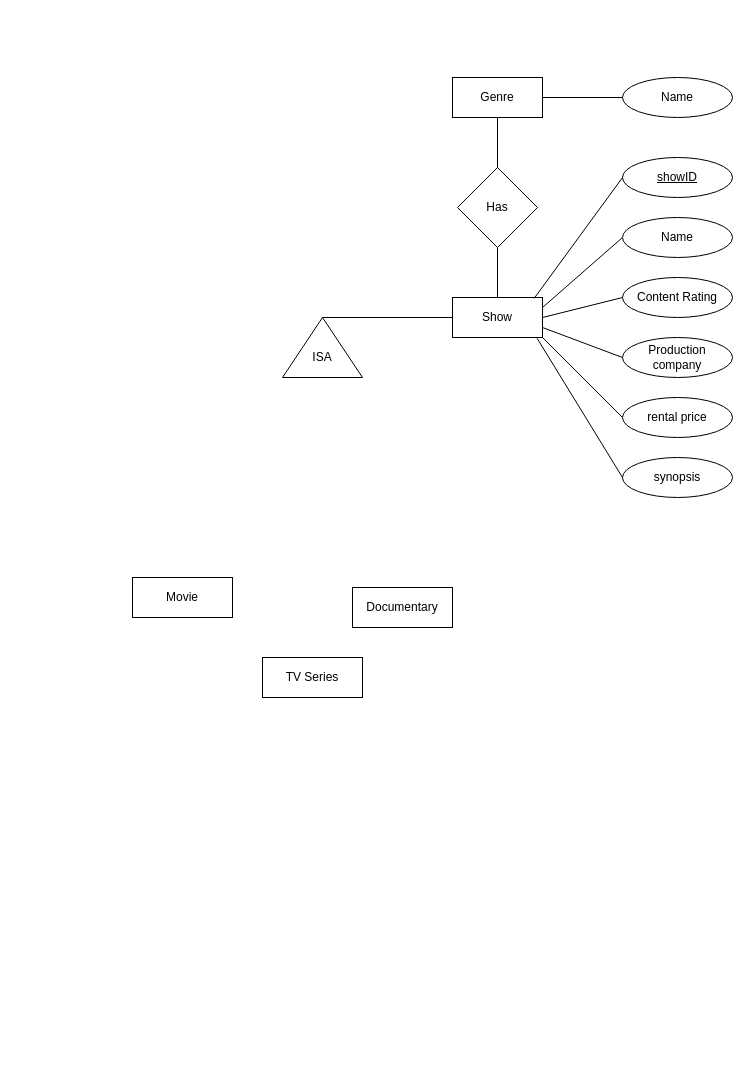
This is Q1.drawio from JeremyCrete/363A1, a draw.io file, before an edit. Source tidied: cells renumbered, new cells numbered last; positions are measured from the earlier drawing's top-left corner, leaving out a move shared by most shapes. Both pictures are drawn from the tidied source at 100%, with x=0, y=0 at pixel (132, 77).
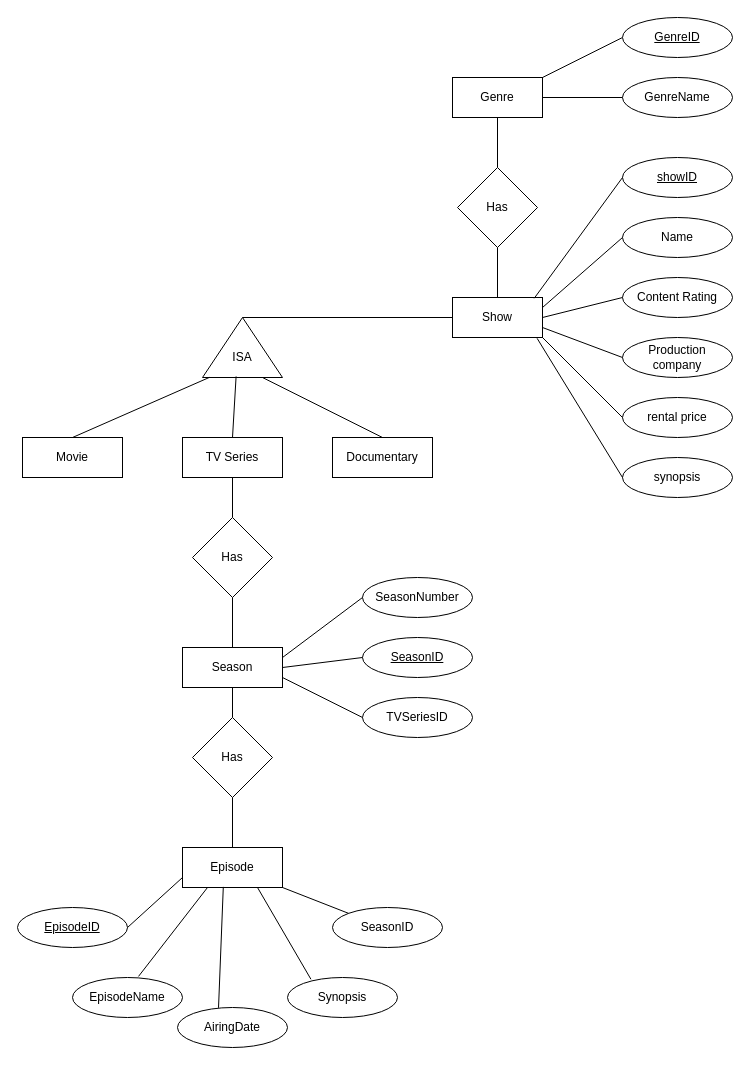
The same diagram, later.

The change refers to these unchanged cells:
```xml
<mxCell id="23" value="Genre" style="html=1;whiteSpace=wrap;" parent="1" vertex="1">
  <mxGeometry x="320" width="90" height="40" as="geometry" />
</mxCell>
```

Diff of the diagram source:
```diff
@@
     <mxCell id="15" style="triangle;whiteSpace=wrap;html=1;rotation=-90;" parent="1" vertex="1">
-      <mxGeometry x="160" y="230" width="60" height="80" as="geometry" />
+      <mxGeometry x="80" y="230" width="60" height="80" as="geometry" />
     </mxCell>
     <mxCell id="16" value="ISA" style="text;html=1;align=center;verticalAlign=middle;whiteSpace=wrap;rounded=0;" parent="1" vertex="1">
-      <mxGeometry x="160" y="265" width="60" height="30" as="geometry" />
+      <mxGeometry x="80" y="265" width="60" height="30" as="geometry" />
     </mxCell>
@@
     <mxCell id="18" value="Movie" style="rounded=0;whiteSpace=wrap;html=1;" parent="1" vertex="1">
-      <mxGeometry y="500" width="100" height="40" as="geometry" />
+      <mxGeometry x="-110" y="360" width="100" height="40" as="geometry" />
     </mxCell>
     <mxCell id="19" value="Documentary" style="rounded=0;whiteSpace=wrap;html=1;" parent="1" vertex="1">
-      <mxGeometry x="220" y="510" width="100" height="40" as="geometry" />
+      <mxGeometry x="200" y="360" width="100" height="40" as="geometry" />
     </mxCell>
     <mxCell id="20" value="TV Series" style="rounded=0;whiteSpace=wrap;html=1;" parent="1" vertex="1">
-      <mxGeometry x="130" y="580" width="100" height="40" as="geometry" />
+      <mxGeometry x="50" y="360" width="100" height="40" as="geometry" />
     </mxCell>
@@
-    <mxCell id="25" value="Name" style="ellipse;whiteSpace=wrap;html=1;" parent="1" vertex="1">
+    <mxCell id="25" value="GenreName" style="ellipse;whiteSpace=wrap;html=1;" parent="1" vertex="1">
       <mxGeometry x="490" width="110" height="40" as="geometry" />
     </mxCell>
@@
+    <mxCell id="27" style="endArrow=none;html=1;rounded=0;entryX=0.002;entryY=0.087;entryDx=0;entryDy=0;entryPerimeter=0;exitX=0.5;exitY=0;exitDx=0;exitDy=0;" parent="1" edge="1" source="18" target="15">
+      <mxGeometry relative="1" as="geometry" />
+    </mxCell>
+    <mxCell id="28" style="endArrow=none;html=1;rounded=0;entryX=0;entryY=0.75;entryDx=0;entryDy=0;exitX=0.5;exitY=0;exitDx=0;exitDy=0;" parent="1" edge="1" source="19" target="15">
+      <mxGeometry relative="1" as="geometry" />
+    </mxCell>
+    <mxCell id="29" style="endArrow=none;html=1;rounded=0;entryX=0.018;entryY=0.42;entryDx=0;entryDy=0;entryPerimeter=0;exitX=0.5;exitY=0;exitDx=0;exitDy=0;" parent="1" edge="1" source="20" target="15">
+      <mxGeometry relative="1" as="geometry" />
+    </mxCell>
+    <mxCell id="30" value="Season" style="rounded=0;whiteSpace=wrap;html=1;" parent="1" vertex="1">
+      <mxGeometry x="50" y="570" width="100" height="40" as="geometry" />
+    </mxCell>
+    <mxCell id="31" value="Episode" style="rounded=0;whiteSpace=wrap;html=1;" parent="1" vertex="1">
+      <mxGeometry x="50" y="770" width="100" height="40" as="geometry" />
+    </mxCell>
+    <mxCell id="32" style="endArrow=none;html=1;rounded=0;exitX=1;exitY=0;exitDx=0;exitDy=0;entryX=0;entryY=0.5;entryDx=0;entryDy=0;" parent="1" edge="1" source="23" target="33">
+      <mxGeometry relative="1" as="geometry" />
+    </mxCell>
+    <mxCell id="33" value="&lt;u&gt;GenreID&lt;/u&gt;" style="ellipse;whiteSpace=wrap;html=1;" parent="1" vertex="1">
+      <mxGeometry x="490" y="-60" width="110" height="40" as="geometry" />
+    </mxCell>
+    <mxCell id="34" value="Has" style="rhombus;whiteSpace=wrap;html=1;" parent="1" vertex="1">
+      <mxGeometry x="60" y="440" width="80" height="80" as="geometry" />
+    </mxCell>
+    <mxCell id="35" value="Has" style="rhombus;whiteSpace=wrap;html=1;" parent="1" vertex="1">
+      <mxGeometry x="60" y="640" width="80" height="80" as="geometry" />
+    </mxCell>
+    <mxCell id="36" value="&lt;u&gt;SeasonID&lt;/u&gt;" style="ellipse;whiteSpace=wrap;html=1;" parent="1" vertex="1">
+      <mxGeometry x="230" y="560" width="110" height="40" as="geometry" />
+    </mxCell>
+    <mxCell id="37" value="SeasonNumber" style="ellipse;whiteSpace=wrap;html=1;" parent="1" vertex="1">
+      <mxGeometry x="230" y="500" width="110" height="40" as="geometry" />
+    </mxCell>
+    <mxCell id="38" value="TVSeriesID" style="ellipse;whiteSpace=wrap;html=1;" parent="1" vertex="1">
+      <mxGeometry x="230" y="620" width="110" height="40" as="geometry" />
+    </mxCell>
+    <mxCell id="39" style="endArrow=none;html=1;rounded=0;exitX=1;exitY=0.25;exitDx=0;exitDy=0;entryX=0;entryY=0.5;entryDx=0;entryDy=0;" parent="1" edge="1" source="30" target="37">
+      <mxGeometry relative="1" as="geometry" />
+    </mxCell>
+    <mxCell id="40" style="endArrow=none;html=1;rounded=0;exitX=1;exitY=0.5;exitDx=0;exitDy=0;entryX=0;entryY=0.5;entryDx=0;entryDy=0;" parent="1" edge="1" source="30" target="36">
+      <mxGeometry relative="1" as="geometry" />
+    </mxCell>
+    <mxCell id="41" style="endArrow=none;html=1;rounded=0;exitX=1;exitY=0.75;exitDx=0;exitDy=0;entryX=0;entryY=0.5;entryDx=0;entryDy=0;" parent="1" edge="1" source="30" target="38">
+      <mxGeometry relative="1" as="geometry" />
+    </mxCell>
+    <mxCell id="42" style="endArrow=none;html=1;rounded=0;entryX=0.5;entryY=1;entryDx=0;entryDy=0;exitX=0.5;exitY=0;exitDx=0;exitDy=0;" parent="1" edge="1" source="34" target="20">
+      <mxGeometry relative="1" as="geometry" />
+    </mxCell>
+    <mxCell id="43" style="endArrow=none;html=1;rounded=0;entryX=0.5;entryY=1;entryDx=0;entryDy=0;exitX=0.5;exitY=0;exitDx=0;exitDy=0;" parent="1" edge="1" source="30" target="34">
+      <mxGeometry relative="1" as="geometry" />
+    </mxCell>
+    <mxCell id="44" style="endArrow=none;html=1;rounded=0;entryX=0.5;entryY=1;entryDx=0;entryDy=0;exitX=0.5;exitY=0;exitDx=0;exitDy=0;" parent="1" edge="1" source="35" target="30">
+      <mxGeometry relative="1" as="geometry" />
+    </mxCell>
+    <mxCell id="45" style="endArrow=none;html=1;rounded=0;entryX=0.5;entryY=1;entryDx=0;entryDy=0;exitX=0.5;exitY=0;exitDx=0;exitDy=0;" parent="1" edge="1" source="31" target="35">
+      <mxGeometry relative="1" as="geometry" />
+    </mxCell>
+    <mxCell id="46" value="&lt;u&gt;EpisodeID&lt;/u&gt;" style="ellipse;whiteSpace=wrap;html=1;" parent="1" vertex="1">
+      <mxGeometry x="-115" y="830" width="110" height="40" as="geometry" />
+    </mxCell>
+    <mxCell id="47" value="SeasonID" style="ellipse;whiteSpace=wrap;html=1;" parent="1" vertex="1">
+      <mxGeometry x="200" y="830" width="110" height="40" as="geometry" />
+    </mxCell>
+    <mxCell id="48" value="Synopsis" style="ellipse;whiteSpace=wrap;html=1;" parent="1" vertex="1">
+      <mxGeometry x="155" y="900" width="110" height="40" as="geometry" />
+    </mxCell>
+    <mxCell id="49" value="EpisodeName" style="ellipse;whiteSpace=wrap;html=1;" parent="1" vertex="1">
+      <mxGeometry x="-60" y="900" width="110" height="40" as="geometry" />
+    </mxCell>
+    <mxCell id="50" value="AiringDate" style="ellipse;whiteSpace=wrap;html=1;" parent="1" vertex="1">
+      <mxGeometry x="45" y="930" width="110" height="40" as="geometry" />
+    </mxCell>
+    <mxCell id="51" style="endArrow=none;html=1;rounded=0;entryX=0;entryY=0.75;entryDx=0;entryDy=0;exitX=1;exitY=0.5;exitDx=0;exitDy=0;" parent="1" edge="1" source="46" target="31">
+      <mxGeometry relative="1" as="geometry" />
+    </mxCell>
+    <mxCell id="52" style="endArrow=none;html=1;rounded=0;entryX=0.25;entryY=1;entryDx=0;entryDy=0;exitX=0.6;exitY=-0.027;exitDx=0;exitDy=0;exitPerimeter=0;" parent="1" edge="1" source="49" target="31">
+      <mxGeometry relative="1" as="geometry" />
+    </mxCell>
+    <mxCell id="53" style="endArrow=none;html=1;rounded=0;entryX=0.408;entryY=0.985;entryDx=0;entryDy=0;entryPerimeter=0;exitX=0.373;exitY=0.008;exitDx=0;exitDy=0;exitPerimeter=0;" parent="1" edge="1" source="50" target="31">
+      <mxGeometry relative="1" as="geometry" />
+    </mxCell>
+    <mxCell id="54" style="endArrow=none;html=1;rounded=0;entryX=0.75;entryY=1;entryDx=0;entryDy=0;exitX=0.213;exitY=0.044;exitDx=0;exitDy=0;exitPerimeter=0;" parent="1" edge="1" source="48" target="31">
+      <mxGeometry relative="1" as="geometry" />
+    </mxCell>
+    <mxCell id="55" style="endArrow=none;html=1;rounded=0;entryX=1;entryY=1;entryDx=0;entryDy=0;exitX=0;exitY=0;exitDx=0;exitDy=0;" parent="1" edge="1" source="47" target="31">
+      <mxGeometry relative="1" as="geometry" />
+    </mxCell>
```
